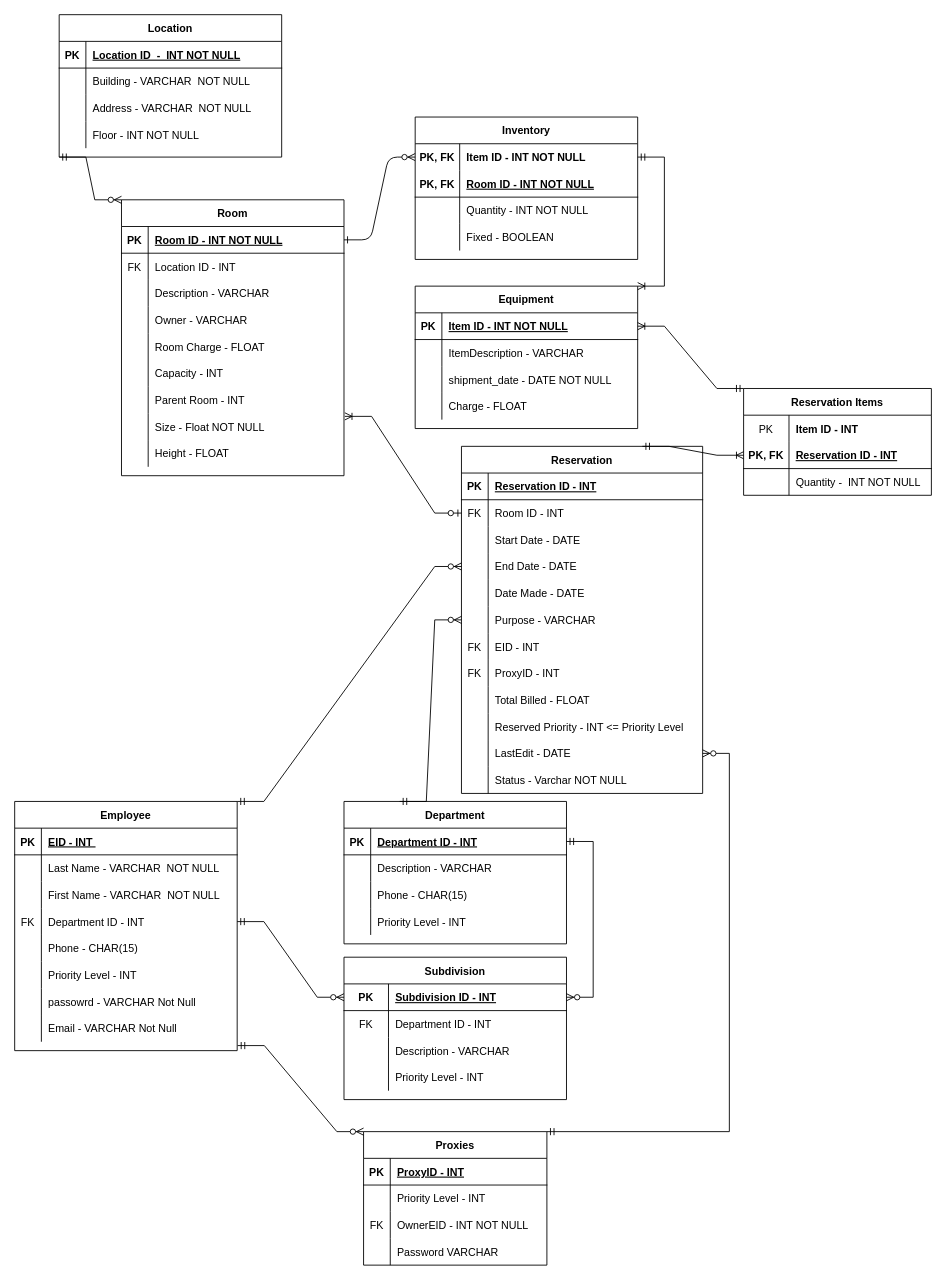
Earlier version of the draw.io diagram Projcet1.drawio (seanjedi/comp-163-database-design-class). Source tidied: cells renumbered, new cells numbered last; positions are measured from the earlier drawing's top-left corner, leaving out a move shared by most shapes. Both pictures are drawn from the tidied source at 89%, with x=0, y=0 at pixel (14, 14).
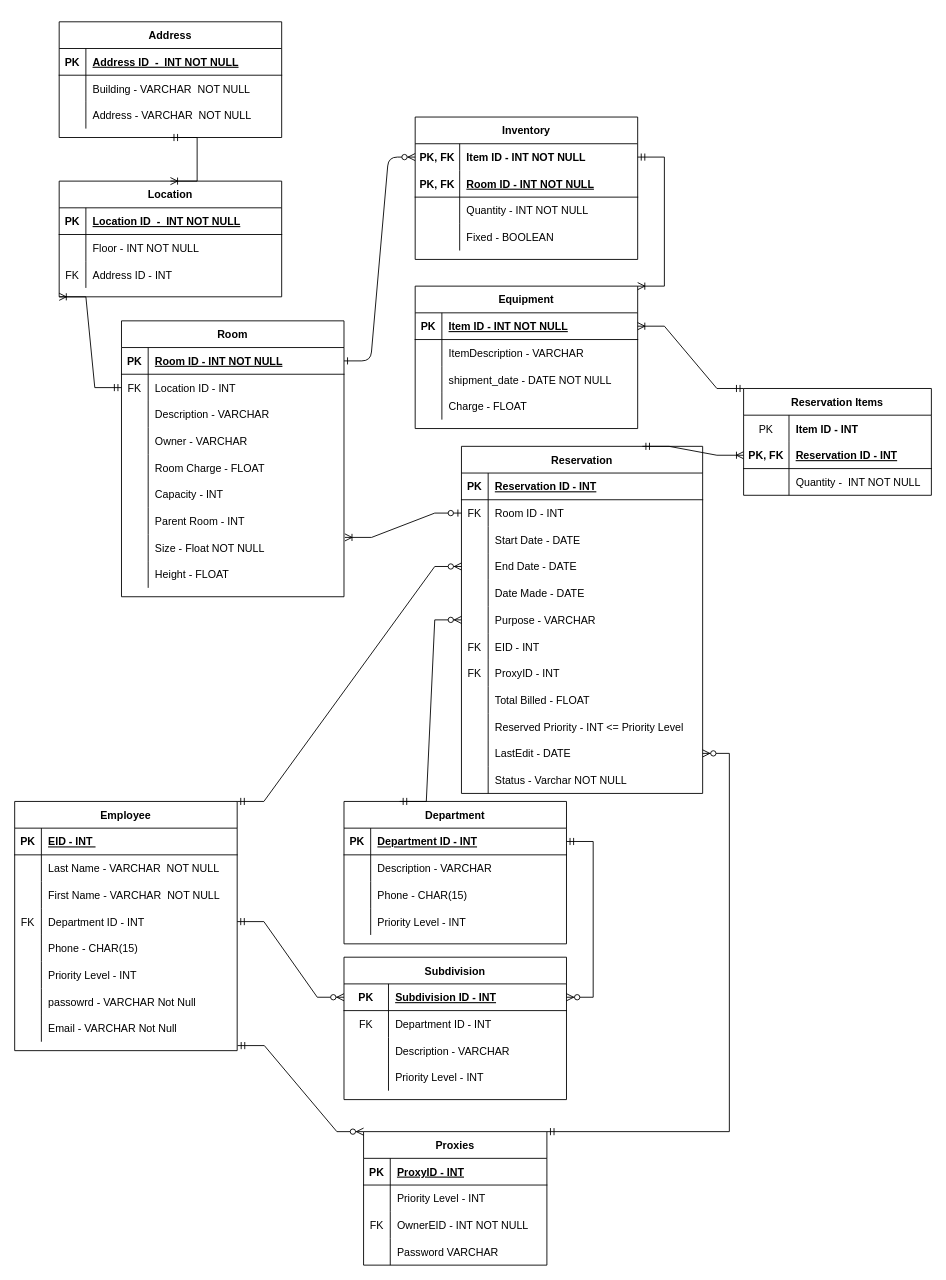
The same diagram, later.

Unchanged cells that the change refers to:
```xml
<mxCell id="33" style="shape=partialRectangle;fillColor=none;points=[[0,0.5],[1,0.5]];portConstraint=eastwest;top=0;left=0;right=0;bottom=0;" parent="29" vertex="1">
  <mxGeometry y="60" width="250" height="30" as="geometry" />
</mxCell>
```

What changed in the source:
```diff
@@
     <mxCell id="29" value="Room" style="shape=table;startSize=30;childLayout=tableLayout;rowLines=0;fontStyle=1;align=center;" parent="1" vertex="1">
-      <mxGeometry x="120" y="208" width="250" height="310" as="geometry" />
+      <mxGeometry x="120" y="344" width="250" height="310" as="geometry" />
     </mxCell>
@@
     <mxCell id="95" value="Location" style="shape=table;startSize=30;childLayout=tableLayout;rowLines=0;fontStyle=1;align=center;" parent="1" vertex="1">
-      <mxGeometry x="50" width="250" height="160" as="geometry" />
+      <mxGeometry x="50" y="187" width="250" height="130" as="geometry" />
     </mxCell>
@@
-    <mxCell id="99" style="shape=tableRow;horizontal=0;startSize=0;swimlaneHead=0;swimlaneBody=0;fillColor=none;top=0;left=0;right=0;bottom=0;" parent="95" vertex="1">
-      <mxGeometry y="60" width="250" height="30" as="geometry" />
-    </mxCell>
-    <mxCell id="100" style="shape=partialRectangle;fillColor=none;top=0;left=0;bottom=0;right=0;overflow=hidden;" parent="99" vertex="1">
-      <mxGeometry width="30" height="30" as="geometry" />
-    </mxCell>
-    <mxCell id="101" value="Building - VARCHAR  NOT NULL" style="shape=partialRectangle;fillColor=none;top=0;left=0;bottom=0;right=0;align=left;spacingLeft=6;overflow=hidden;" parent="99" vertex="1">
-      <mxGeometry x="30" width="220" height="30" as="geometry" />
-    </mxCell>
-    <mxCell id="102" style="shape=tableRow;horizontal=0;startSize=0;swimlaneHead=0;swimlaneBody=0;fillColor=none;top=0;left=0;right=0;bottom=0;" parent="95" vertex="1">
-      <mxGeometry y="90" width="250" height="30" as="geometry" />
-    </mxCell>
-    <mxCell id="103" style="shape=partialRectangle;fillColor=none;top=0;left=0;bottom=0;right=0;overflow=hidden;" parent="102" vertex="1">
-      <mxGeometry width="30" height="30" as="geometry" />
-    </mxCell>
-    <mxCell id="104" value="Address - VARCHAR  NOT NULL" style="shape=partialRectangle;fillColor=none;top=0;left=0;bottom=0;right=0;align=left;spacingLeft=6;overflow=hidden;" parent="102" vertex="1">
-      <mxGeometry x="30" width="220" height="30" as="geometry" />
-    </mxCell>
     <mxCell id="105" style="shape=tableRow;horizontal=0;startSize=0;swimlaneHead=0;swimlaneBody=0;fillColor=none;top=0;left=0;right=0;bottom=0;" parent="95" vertex="1">
-      <mxGeometry y="120" width="250" height="30" as="geometry" />
+      <mxGeometry y="60" width="250" height="30" as="geometry" />
     </mxCell>
@@
+    <mxCell id="194" style="shape=tableRow;horizontal=0;startSize=0;swimlaneHead=0;swimlaneBody=0;fillColor=none;top=0;left=0;right=0;bottom=0;" parent="95" vertex="1">
+      <mxGeometry y="90" width="250" height="30" as="geometry" />
+    </mxCell>
+    <mxCell id="195" value="FK" style="shape=partialRectangle;fillColor=none;top=0;left=0;bottom=0;right=0;overflow=hidden;" parent="194" vertex="1">
+      <mxGeometry width="30" height="30" as="geometry" />
+    </mxCell>
+    <mxCell id="196" value="Address ID - INT" style="shape=partialRectangle;fillColor=none;top=0;left=0;bottom=0;right=0;align=left;spacingLeft=6;overflow=hidden;" parent="194" vertex="1">
+      <mxGeometry x="30" width="220" height="30" as="geometry" />
+    </mxCell>
@@
-    <mxCell id="193" style="edgeStyle=entityRelationEdgeStyle;fontSize=12;html=1;endArrow=ERzeroToMany;startArrow=ERmandOne;rounded=0;exitX=0;exitY=1;exitDx=0;exitDy=0;entryX=0;entryY=0;entryDx=0;entryDy=0;" parent="1" edge="1" source="95" target="29">
-      <mxGeometry relative="1" as="geometry" />
-    </mxCell>
+    <mxCell id="197" value="Address" style="shape=table;startSize=30;childLayout=tableLayout;rowLines=0;fontStyle=1;align=center;" parent="1" vertex="1">
+      <mxGeometry x="50" y="8" width="250" height="130" as="geometry" />
+    </mxCell>
+    <mxCell id="198" style="shape=partialRectangle;fillColor=none;top=0;left=0;right=0;bottom=1;" parent="197" vertex="1">
+      <mxGeometry y="30" width="250" height="30" as="geometry" />
+    </mxCell>
+    <mxCell id="199" value="PK" style="shape=partialRectangle;overflow=hidden;fillColor=none;top=0;left=0;bottom=0;right=0;fontStyle=1;" parent="198" vertex="1">
+      <mxGeometry width="30" height="30" as="geometry" />
+    </mxCell>
+    <mxCell id="200" value="Address ID  -  INT NOT NULL" style="shape=partialRectangle;overflow=hidden;fillColor=none;top=0;left=0;bottom=0;right=0;align=left;spacingLeft=6;fontStyle=5;" parent="198" vertex="1">
+      <mxGeometry x="30" width="220" height="30" as="geometry" />
+    </mxCell>
+    <mxCell id="99" style="shape=tableRow;horizontal=0;startSize=0;swimlaneHead=0;swimlaneBody=0;fillColor=none;top=0;left=0;right=0;bottom=0;" parent="197" vertex="1">
+      <mxGeometry y="60" width="250" height="30" as="geometry" />
+    </mxCell>
+    <mxCell id="201" style="shape=partialRectangle;fillColor=none;top=0;left=0;bottom=0;right=0;overflow=hidden;" parent="99" vertex="1">
+      <mxGeometry width="30" height="30" as="geometry" />
+    </mxCell>
+    <mxCell id="101" value="Building - VARCHAR  NOT NULL" style="shape=partialRectangle;fillColor=none;top=0;left=0;bottom=0;right=0;align=left;spacingLeft=6;overflow=hidden;" parent="99" vertex="1">
+      <mxGeometry x="30" width="220" height="30" as="geometry" />
+    </mxCell>
+    <mxCell id="202" style="shape=tableRow;horizontal=0;startSize=0;swimlaneHead=0;swimlaneBody=0;fillColor=none;top=0;left=0;right=0;bottom=0;" parent="197" vertex="1">
+      <mxGeometry y="90" width="250" height="30" as="geometry" />
+    </mxCell>
+    <mxCell id="203" style="shape=partialRectangle;fillColor=none;top=0;left=0;bottom=0;right=0;overflow=hidden;" parent="202" vertex="1">
+      <mxGeometry width="30" height="30" as="geometry" />
+    </mxCell>
+    <mxCell id="104" value="Address - VARCHAR  NOT NULL" style="shape=partialRectangle;fillColor=none;top=0;left=0;bottom=0;right=0;align=left;spacingLeft=6;overflow=hidden;" parent="202" vertex="1">
+      <mxGeometry x="30" width="220" height="30" as="geometry" />
+    </mxCell>
+    <mxCell id="204" style="edgeStyle=entityRelationEdgeStyle;fontSize=12;html=1;endArrow=ERoneToMany;startArrow=ERmandOne;rounded=0;entryX=0.5;entryY=0;entryDx=0;entryDy=0;exitX=0.5;exitY=1;exitDx=0;exitDy=0;" parent="1" edge="1" source="197" target="95">
+      <mxGeometry relative="1" as="geometry" />
+    </mxCell>
+    <mxCell id="205" style="edgeStyle=entityRelationEdgeStyle;fontSize=12;html=1;endArrow=ERoneToMany;startArrow=ERmandOne;rounded=0;entryX=0;entryY=1;entryDx=0;entryDy=0;exitX=0;exitY=0.5;exitDx=0;exitDy=0;" parent="1" edge="1" source="33" target="95">
+      <mxGeometry relative="1" as="geometry" />
+    </mxCell>
```
